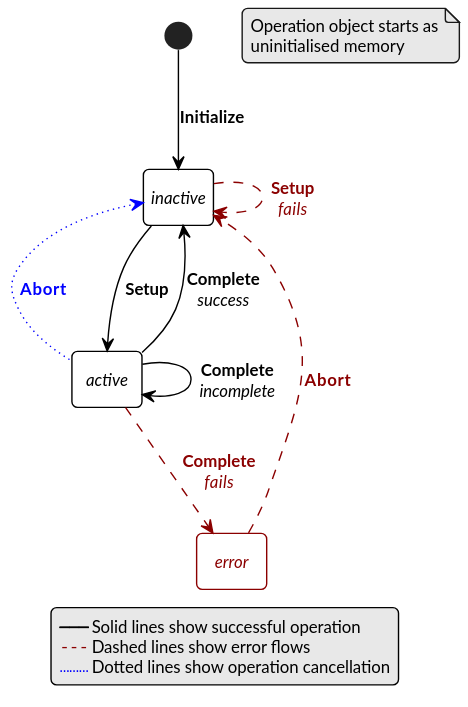
Above: doc/crypto/figure/interruptible_operation.svg in athoelke/psa-api (PlantUML), before the change. Its source is kept beside it as doc/crypto/figure/interruptible_operation.puml.
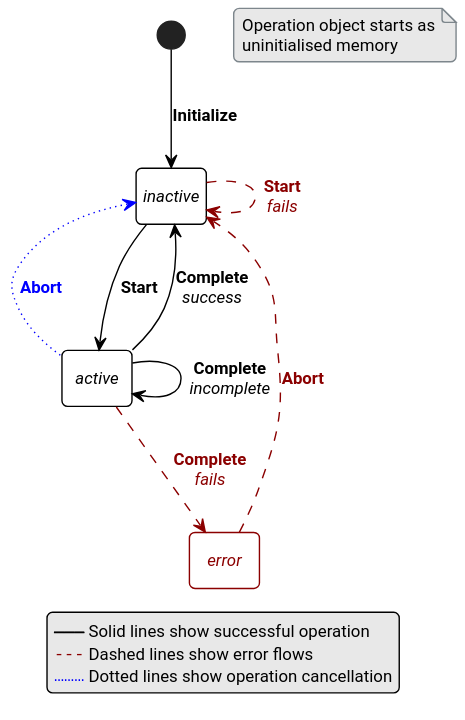
After the commit.

Commit message:
Rename interruptible operation starts

The edit, as a diff of the source:
```diff
@@ -1,5 +1,5 @@
 @startuml
-!include atg-spec.pumh
+!include psa-spec.pumh
 
 skinparam LegendFontSize 12
 
@@ -18,11 +18,11 @@
    Operation object starts as
    uninitialised memory
 end note
-inactive --> active: **Setup**
+inactive --> active: **Start**
 active --> active: **Complete**\n//incomplete//
 active --> inactive: **Complete**\n//success//
 error -[#darkred,dashed]r-> inactive: <color:darkred>**Abort**
-inactive -[#darkred,dashed]-> inactive: <color:darkred>**Setup**\n<color:darkred>//fails//
+inactive -[#darkred,dashed]-> inactive: <color:darkred>**Start**\n<color:darkred>//fails//
 active -[#darkred,dashed]-> error: <color:darkred>**Complete**\n<color:darkred>//fails//
 active -[#blue,dotted]l-> inactive: <color:blue>**Abort**
 
```
